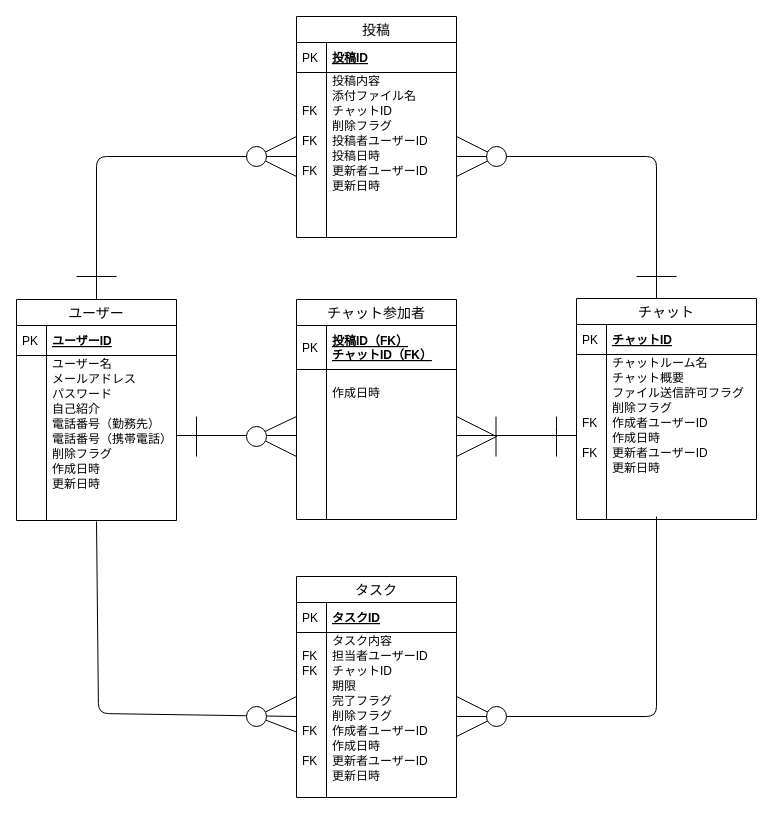
Above: db/db-challenge1/dbchallenge1.drawio in kazuyanakata/quelcode-db (draw.io), before the change. Source tidied: cells renumbered, new cells numbered last; positions are measured from the earlier drawing's top-left corner, leaving out a move shared by most shapes. Both pictures are drawn from the tidied source at 100%, with x=0, y=0 at pixel (16, 16).
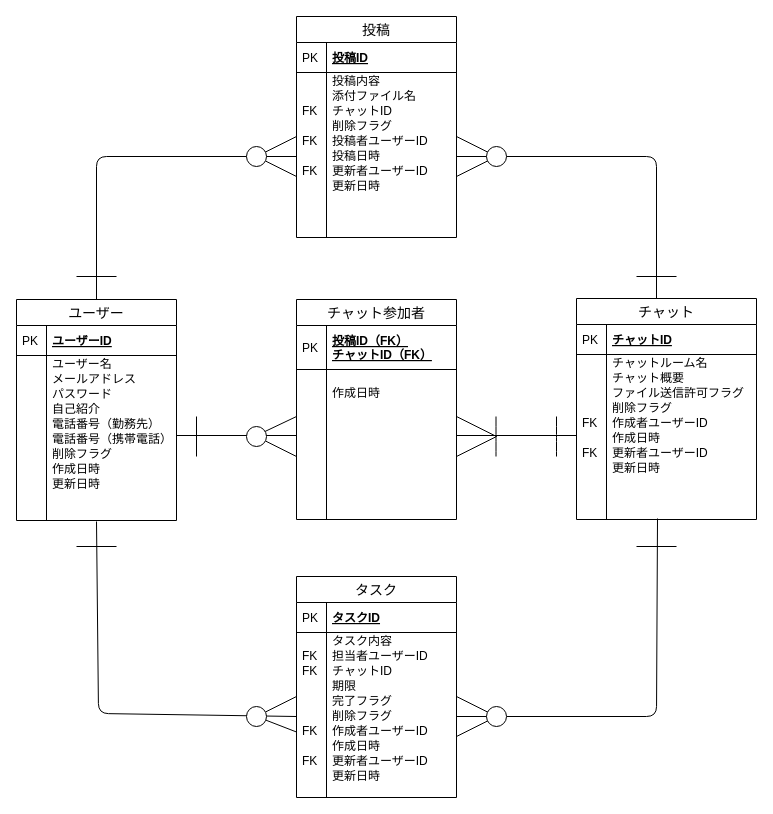
Above is the later version.

Commit message:
リレーション修正

Unchanged cells that the change refers to:
```xml
<mxCell id="28" style="ellipse;whiteSpace=wrap;html=1;labelBackgroundColor=none;align=left;" parent="1" vertex="1">
  <mxGeometry x="470" y="690" width="20" height="20" as="geometry" />
</mxCell>
<mxCell id="128" style="shape=partialRectangle;top=0;left=0;right=0;bottom=0;align=left;verticalAlign=top;fillColor=none;spacingLeft=34;spacingRight=4;overflow=hidden;points=[[0,0.5],[1,0.5]];portConstraint=eastwest;fontSize=12;" parent="105" vertex="1">
  <mxGeometry y="206" width="180" height="15" as="geometry" />
</mxCell>
```

Change to the diagram source:
```diff
@@
-    <mxCell id="5" style="endArrow=none;html=1;" parent="1" edge="1" source="28">
+    <mxCell id="5" style="endArrow=none;html=1;entryX=0.45;entryY=0.933;entryDx=0;entryDy=0;entryPerimeter=0;" parent="1" edge="1" source="28" target="128">
       <mxGeometry relative="1" as="geometry">
-        <mxPoint x="640" y="500" as="targetPoint" />
         <Array as="points">
           <mxPoint x="640" y="700" />
         </Array>
       </mxGeometry>
     </mxCell>
@@
+    <mxCell id="157" style="endArrow=none;html=1;" parent="1" edge="1">
+      <mxGeometry relative="1" as="geometry">
+        <mxPoint x="60" y="530" as="sourcePoint" />
+        <mxPoint x="100" y="530" as="targetPoint" />
+        <Array as="points">
+          <mxPoint x="60" y="530" />
+        </Array>
+      </mxGeometry>
+    </mxCell>
+    <mxCell id="158" style="endArrow=none;html=1;" parent="1" edge="1">
+      <mxGeometry relative="1" as="geometry">
+        <mxPoint x="620" y="530" as="sourcePoint" />
+        <mxPoint x="660" y="530" as="targetPoint" />
+        <Array as="points">
+          <mxPoint x="620" y="530" />
+        </Array>
+      </mxGeometry>
+    </mxCell>
```
